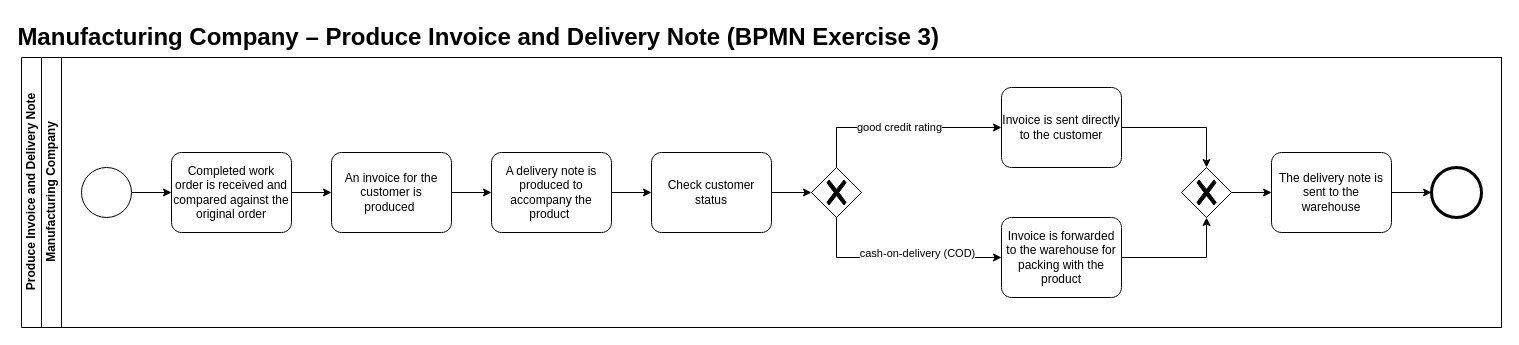
cky008/note-nuist keeps this draw.io diagram as others/BPMN3.drawio. Above is the earlier version. Source tidied: cells renumbered, new cells numbered last; positions are measured from the earlier drawing's top-left corner, leaving out a move shared by most shapes. Both pictures are drawn from the tidied source at 100%, with x=0, y=0 at pixel (21, 17).
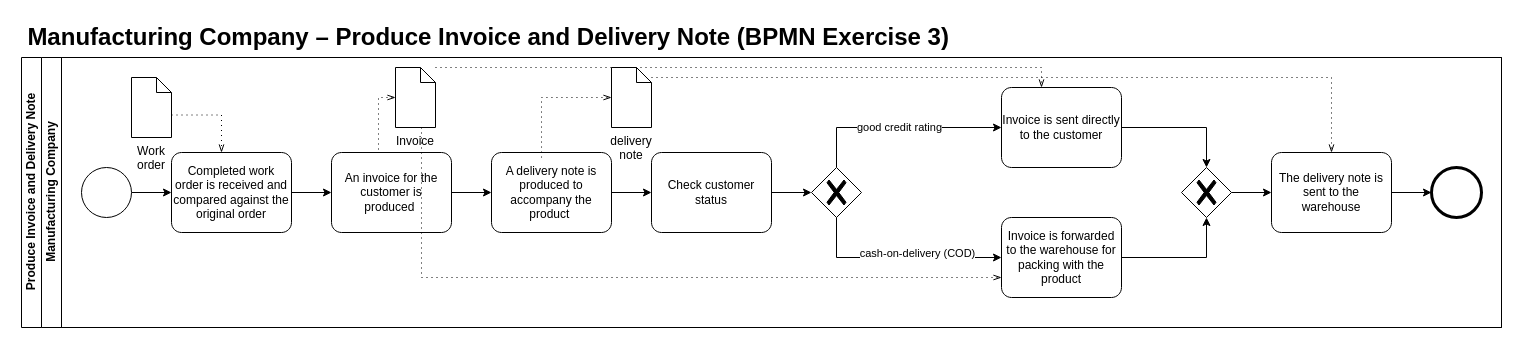
After the change.

The change refers to these unchanged cells:
```xml
<mxCell id="4" value="Manufacturing Company" style="swimlane;html=1;startSize=20;horizontal=0;" parent="3" vertex="1">
  <mxGeometry x="20" width="1460" height="270" as="geometry" />
</mxCell>
<mxCell id="6" value="Completed work order is received and compared against the original order" style="points=[[0.25,0,0],[0.5,0,0],[0.75,0,0],[1,0.25,0],[1,0.5,0],[1,0.75,0],[0.75,1,0],[0.5,1,0],[0.25,1,0],[0,0.75,0],[0,0.5,0],[0,0.25,0]];shape=mxgraph.bpmn.task;whiteSpace=wrap;rectStyle=rounded;size=10;taskMarker=abstract;" parent="4" vertex="1">
  <mxGeometry x="130" y="95" width="120" height="80" as="geometry" />
</mxCell>
<mxCell id="9" value="An invoice for the customer is produced " style="points=[[0.25,0,0],[0.5,0,0],[0.75,0,0],[1,0.25,0],[1,0.5,0],[1,0.75,0],[0.75,1,0],[0.5,1,0],[0.25,1,0],[0,0.75,0],[0,0.5,0],[0,0.25,0]];shape=mxgraph.bpmn.task;whiteSpace=wrap;rectStyle=rounded;size=10;taskMarker=abstract;" parent="4" vertex="1">
  <mxGeometry x="290" y="95" width="120" height="80" as="geometry" />
</mxCell>
<mxCell id="11" value="Invoice is sent directly to the customer" style="points=[[0.25,0,0],[0.5,0,0],[0.75,0,0],[1,0.25,0],[1,0.5,0],[1,0.75,0],[0.75,1,0],[0.5,1,0],[0.25,1,0],[0,0.75,0],[0,0.5,0],[0,0.25,0]];shape=mxgraph.bpmn.task;whiteSpace=wrap;rectStyle=rounded;size=10;taskMarker=abstract;" parent="4" vertex="1">
  <mxGeometry x="960" y="30" width="120" height="80" as="geometry" />
</mxCell>
<mxCell id="16" value="The delivery note is sent to the warehouse" style="points=[[0.25,0,0],[0.5,0,0],[0.75,0,0],[1,0.25,0],[1,0.5,0],[1,0.75,0],[0.75,1,0],[0.5,1,0],[0.25,1,0],[0,0.75,0],[0,0.5,0],[0,0.25,0]];shape=mxgraph.bpmn.task;whiteSpace=wrap;rectStyle=rounded;size=10;taskMarker=abstract;" parent="4" vertex="1">
  <mxGeometry x="1230" y="95" width="120" height="80" as="geometry" />
</mxCell>
<mxCell id="18" value="A delivery note is produced to accompany the product " style="points=[[0.25,0,0],[0.5,0,0],[0.75,0,0],[1,0.25,0],[1,0.5,0],[1,0.75,0],[0.75,1,0],[0.5,1,0],[0.25,1,0],[0,0.75,0],[0,0.5,0],[0,0.25,0]];shape=mxgraph.bpmn.task;whiteSpace=wrap;rectStyle=rounded;size=10;taskMarker=abstract;" parent="1" vertex="1">
  <mxGeometry x="470" y="135" width="120" height="80" as="geometry" />
</mxCell>
<mxCell id="25" value="Invoice is forwarded to the warehouse for &#10;packing with the product" style="points=[[0.25,0,0],[0.5,0,0],[0.75,0,0],[1,0.25,0],[1,0.5,0],[1,0.75,0],[0.75,1,0],[0.5,1,0],[0.25,1,0],[0,0.75,0],[0,0.5,0],[0,0.25,0]];shape=mxgraph.bpmn.task;whiteSpace=wrap;rectStyle=rounded;size=10;taskMarker=abstract;" parent="1" vertex="1">
  <mxGeometry x="980" y="200" width="120" height="80" as="geometry" />
</mxCell>
```

Diff of the diagram source:
```diff
@@
     <mxCell id="2" value="Manufacturing Company – Produce Invoice and Delivery Note (BPMN Exercise 3)&amp;nbsp;" style="text;strokeColor=none;fillColor=none;html=1;fontSize=24;fontStyle=1;verticalAlign=middle;align=center;" parent="1" vertex="1">
-      <mxGeometry x="410" width="100" height="40" as="geometry" />
+      <mxGeometry x="420" width="100" height="40" as="geometry" />
     </mxCell>
@@
+    <mxCell id="28" value="Invoice" style="shape=mxgraph.bpmn.data;labelPosition=center;verticalLabelPosition=bottom;align=center;verticalAlign=top;whiteSpace=wrap;size=15;html=1;" parent="4" vertex="1">
+      <mxGeometry x="354" y="10" width="40" height="60" as="geometry" />
+    </mxCell>
+    <mxCell id="29" style="edgeStyle=elbowEdgeStyle;fontSize=12;html=1;endFill=0;startFill=0;endSize=6;startSize=6;dashed=1;dashPattern=1 4;endArrow=openThin;startArrow=none;rounded=0;exitX=0.25;exitY=0;exitDx=0;exitDy=0;exitPerimeter=0;" parent="4" edge="1" source="9" target="28">
+      <mxGeometry relative="1" as="geometry" />
+    </mxCell>
+    <mxCell id="30" value="delivery note" style="shape=mxgraph.bpmn.data;labelPosition=center;verticalLabelPosition=bottom;align=center;verticalAlign=top;whiteSpace=wrap;size=15;html=1;" parent="4" vertex="1">
+      <mxGeometry x="570" y="10" width="40" height="60" as="geometry" />
+    </mxCell>
+    <mxCell id="31" style="edgeStyle=elbowEdgeStyle;fontSize=12;html=1;endFill=0;startFill=0;endSize=6;startSize=6;dashed=1;dashPattern=1 4;endArrow=openThin;startArrow=none;rounded=0;" parent="4" edge="1" source="30" target="16">
+      <mxGeometry relative="1" as="geometry">
+        <Array as="points">
+          <mxPoint x="1290" y="20" />
+        </Array>
+      </mxGeometry>
+    </mxCell>
+    <mxCell id="32" style="edgeStyle=elbowEdgeStyle;fontSize=12;html=1;endFill=0;startFill=0;endSize=6;startSize=6;dashed=1;dashPattern=1 4;endArrow=openThin;startArrow=none;rounded=0;" parent="4" edge="1" source="28" target="11">
+      <mxGeometry relative="1" as="geometry">
+        <Array as="points">
+          <mxPoint x="1000" y="10" />
+        </Array>
+      </mxGeometry>
+    </mxCell>
+    <mxCell id="33" value="Work order" style="shape=mxgraph.bpmn.data;labelPosition=center;verticalLabelPosition=bottom;align=center;verticalAlign=top;whiteSpace=wrap;size=15;html=1;" parent="4" vertex="1">
+      <mxGeometry x="90" y="20" width="40" height="60" as="geometry" />
+    </mxCell>
+    <mxCell id="34" style="edgeStyle=elbowEdgeStyle;fontSize=12;html=1;endFill=0;startFill=0;endSize=6;startSize=6;dashed=1;dashPattern=1 4;endArrow=openThin;startArrow=none;rounded=0;exitX=0;exitY=0;exitDx=40;exitDy=37.5;exitPerimeter=0;" parent="4" edge="1" source="33" target="6">
+      <mxGeometry relative="1" as="geometry">
+        <Array as="points">
+          <mxPoint x="180" y="70" />
+          <mxPoint x="160" y="70" />
+        </Array>
+      </mxGeometry>
+    </mxCell>
@@
+    <mxCell id="35" style="edgeStyle=elbowEdgeStyle;fontSize=12;html=1;endFill=0;startFill=0;endSize=6;startSize=6;dashed=1;dashPattern=1 4;endArrow=openThin;startArrow=none;rounded=0;exitX=0.417;exitY=0.063;exitDx=0;exitDy=0;exitPerimeter=0;" parent="1" edge="1" source="18" target="30">
+      <mxGeometry relative="1" as="geometry">
+        <Array as="points">
+          <mxPoint x="520" y="80" />
+        </Array>
+      </mxGeometry>
+    </mxCell>
+    <mxCell id="36" style="edgeStyle=elbowEdgeStyle;fontSize=12;html=1;endFill=0;startFill=0;endSize=6;startSize=6;dashed=1;dashPattern=1 4;endArrow=openThin;startArrow=none;rounded=0;entryX=0;entryY=0.75;entryDx=0;entryDy=0;entryPerimeter=0;" parent="1" edge="1" source="28" target="25">
+      <mxGeometry relative="1" as="geometry">
+        <Array as="points">
+          <mxPoint x="400" y="270" />
+        </Array>
+      </mxGeometry>
+    </mxCell>
```
